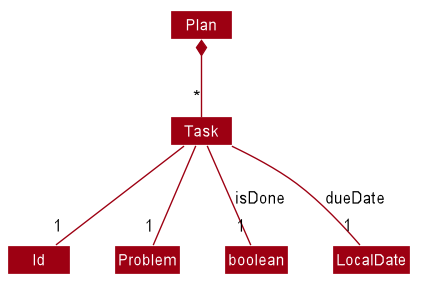
Above: docs/images/task/HighLevelTaskClassDiagram.png in nus-cs2103-AY1920S1/addressbook-level3 (PlantUML), before the change. Source of this version:
```plantuml
@startuml










skinparam BackgroundColor #FFFFFFF

skinparam Shadowing false

skinparam Class {
    FontColor #FFFFFF
    BorderThickness 1
    BorderColor #FFFFFF
    StereotypeFontColor #FFFFFF
    FontName Arial
}

skinparam Actor {
    BorderColor #000000
    Color #000000
    FontName Arial
}

skinparam Sequence {
    MessageAlign center
    BoxFontSize 15
    BoxPadding 0
    BoxFontColor #FFFFFF
    FontName Arial
}

skinparam Participant {
    FontColor #FFFFFFF
    Padding 20
}

skinparam MinClassWidth 50
skinparam ParticipantPadding 10
skinparam Shadowing false
skinparam DefaultTextAlignment center
skinparam packageStyle Rectangle

hide footbox
hide members
hide circle
skinparam arrowThickness 1.1
skinparam arrowColor #9D0012
skinparam classBackgroundColor #9D0012

class Id
class Problem

Task --"1" Id
Task --"1" Problem
Task --"1" boolean:isDone
Task --"1" LocalDate:dueDate

Plan *--"*" Task

@enduml
```
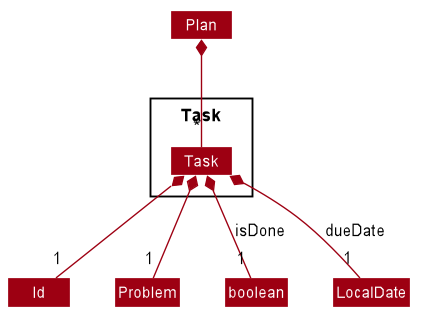
After the commit.

Change to the diagram source:
```diff
@@ -53,13 +53,17 @@
 skinparam arrowColor #9D0012
 skinparam classBackgroundColor #9D0012
 
+Package Task {
+    Class Task
+}
+
 class Id
 class Problem
 
-Task --"1" Id
-Task --"1" Problem
-Task --"1" boolean:isDone
-Task --"1" LocalDate:dueDate
+Task *--"1" Id
+Task *--"1" Problem
+Task *--"1" boolean:isDone
+Task *--"1" LocalDate:dueDate
 
 Plan *--"*" Task
 
```
